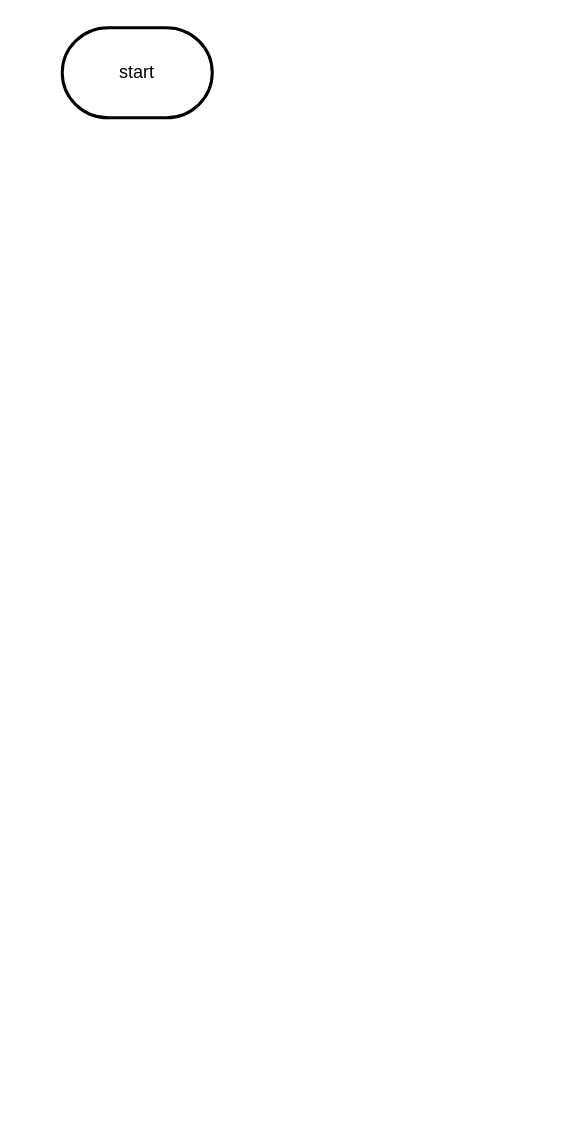
Earlier version of the draw.io diagram design/flowchart.drawio (sophie-nguyen-0/ICS2O-unit5-02-radioButtons). Source tidied: cells renumbered, new cells numbered last; positions are measured from the earlier drawing's top-left corner, leaving out a move shared by most shapes. Both pictures are drawn from the tidied source at 150%, with x=0, y=0 at pixel (62, 27).
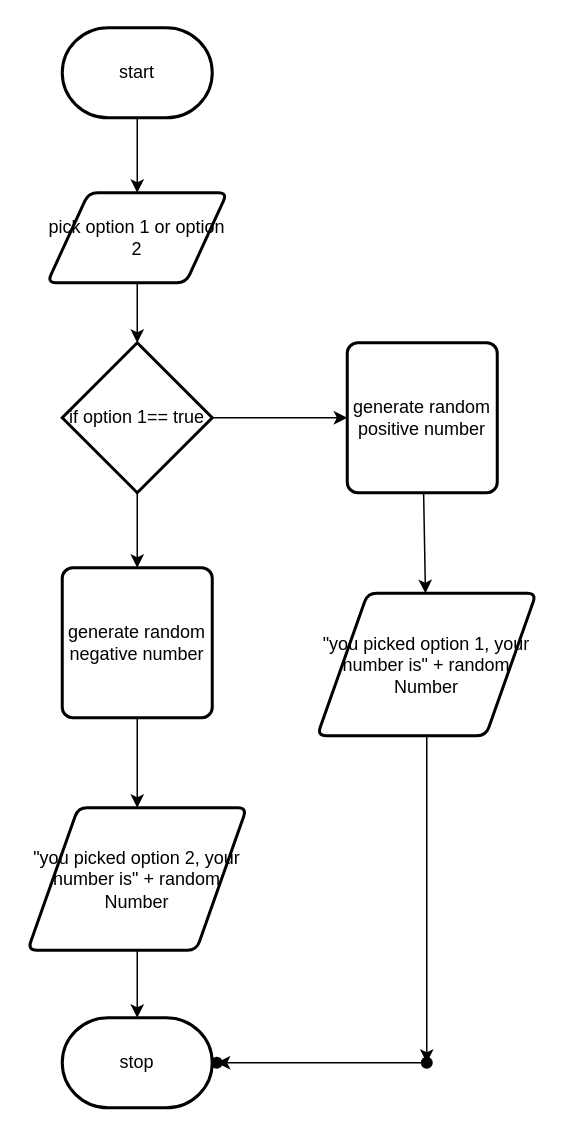
The same diagram, later.

The change refers to these unchanged cells:
```xml
<mxCell id="2" value="start" style="strokeWidth=2;html=1;shape=mxgraph.flowchart.terminator;whiteSpace=wrap;" parent="1" vertex="1">
  <mxGeometry width="100" height="60" as="geometry" />
</mxCell>
```

Diff of the diagram source:
```diff
@@
+    <mxCell id="3" style="edgeStyle=none;html=1;" parent="1" edge="1" source="2" target="5">
+      <mxGeometry relative="1" as="geometry" />
+    </mxCell>
@@
+    <mxCell id="4" style="edgeStyle=none;html=1;" parent="1" edge="1" source="5" target="8">
+      <mxGeometry relative="1" as="geometry" />
+    </mxCell>
+    <mxCell id="5" value="pick option 1 or option 2" style="shape=parallelogram;html=1;strokeWidth=2;perimeter=parallelogramPerimeter;whiteSpace=wrap;rounded=1;arcSize=12;size=0.23;" parent="1" vertex="1">
+      <mxGeometry x="-10" y="110" width="120" height="60" as="geometry" />
+    </mxCell>
+    <mxCell id="6" style="edgeStyle=none;html=1;" parent="1" edge="1" source="8" target="10">
+      <mxGeometry relative="1" as="geometry" />
+    </mxCell>
+    <mxCell id="7" style="edgeStyle=none;html=1;" parent="1" edge="1" source="8" target="14">
+      <mxGeometry relative="1" as="geometry" />
+    </mxCell>
+    <mxCell id="8" value="if option 1== true" style="strokeWidth=2;html=1;shape=mxgraph.flowchart.decision;whiteSpace=wrap;" parent="1" vertex="1">
+      <mxGeometry y="210" width="100" height="100" as="geometry" />
+    </mxCell>
+    <mxCell id="9" style="edgeStyle=none;html=1;" parent="1" edge="1" source="10" target="12">
+      <mxGeometry relative="1" as="geometry" />
+    </mxCell>
+    <mxCell id="10" value="generate random positive number" style="rounded=1;whiteSpace=wrap;html=1;absoluteArcSize=1;arcSize=14;strokeWidth=2;" parent="1" vertex="1">
+      <mxGeometry x="190" y="210" width="100" height="100" as="geometry" />
+    </mxCell>
+    <mxCell id="11" style="edgeStyle=none;html=1;" parent="1" edge="1" source="12" target="19">
+      <mxGeometry relative="1" as="geometry" />
+    </mxCell>
+    <mxCell id="12" value="&quot;you picked option 1, your number is&quot; + random Number" style="shape=parallelogram;html=1;strokeWidth=2;perimeter=parallelogramPerimeter;whiteSpace=wrap;rounded=1;arcSize=12;size=0.23;" parent="1" vertex="1">
+      <mxGeometry x="170" y="377" width="146" height="95" as="geometry" />
+    </mxCell>
+    <mxCell id="13" style="edgeStyle=none;html=1;" parent="1" edge="1" source="14" target="16">
+      <mxGeometry relative="1" as="geometry" />
+    </mxCell>
+    <mxCell id="14" value="generate random negative number" style="rounded=1;whiteSpace=wrap;html=1;absoluteArcSize=1;arcSize=14;strokeWidth=2;" parent="1" vertex="1">
+      <mxGeometry y="360" width="100" height="100" as="geometry" />
+    </mxCell>
+    <mxCell id="15" style="edgeStyle=none;html=1;" parent="1" edge="1" source="16" target="17">
+      <mxGeometry relative="1" as="geometry" />
+    </mxCell>
+    <mxCell id="16" value="&quot;you picked option 2, your number is&quot; + random Number" style="shape=parallelogram;html=1;strokeWidth=2;perimeter=parallelogramPerimeter;whiteSpace=wrap;rounded=1;arcSize=12;size=0.23;" parent="1" vertex="1">
+      <mxGeometry x="-23" y="520" width="146" height="95" as="geometry" />
+    </mxCell>
+    <mxCell id="17" value="stop" style="strokeWidth=2;html=1;shape=mxgraph.flowchart.terminator;whiteSpace=wrap;" parent="1" vertex="1">
+      <mxGeometry y="660" width="100" height="60" as="geometry" />
+    </mxCell>
+    <mxCell id="18" style="edgeStyle=none;html=1;" parent="1" edge="1" source="19" target="20">
+      <mxGeometry relative="1" as="geometry">
+        <Array as="points">
+          <mxPoint x="150" y="690" />
+        </Array>
+      </mxGeometry>
+    </mxCell>
+    <mxCell id="19" style="shape=waypoint;sketch=0;size=6;points=[];fillColor=default;perimeter=centerPerimeter;snapToPoint=1;strokeWidth=2;rounded=1;arcSize=12;" parent="1" vertex="1">
+      <mxGeometry x="223" y="670" width="40" height="40" as="geometry" />
+    </mxCell>
+    <mxCell id="20" style="shape=waypoint;sketch=0;size=6;points=[];fillColor=default;perimeter=centerPerimeter;snapToPoint=1;strokeWidth=2;rounded=1;arcSize=12;" parent="1" vertex="1">
+      <mxGeometry x="83" y="670" width="40" height="40" as="geometry" />
+    </mxCell>
```
